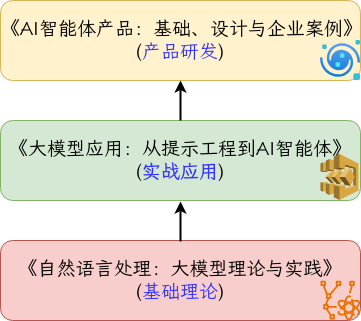
Before: static/images/book-diagram.png, a diagram exported from draw.io (swufe-agi/swufe-agi.github.io). Source tidied: cells renumbered, new cells last; positions are measured from the earlier drawing's top-left corner, leaving out a move shared by most shapes. The source it was exported from:
```xml
<mxGraphModel>
  <root>
    <mxCell id="0" />
    <mxCell id="1" parent="0" />
    <mxCell id="2" value="&lt;span class=&quot;nodeLabel&quot;&gt;&lt;font style=&quot;font-size: 19px;&quot; face=&quot;LXGW WenKai&quot;&gt;《自然语言处理：大模型理论与实践》&lt;br&gt;(&lt;font style=&quot;color: rgb(51, 51, 255);&quot;&gt;基础理论&lt;/font&gt;)&lt;/font&gt;&lt;/span&gt;" style="rounded=1;whiteSpace=wrap;html=1;fillColor=#f8cecc;strokeColor=#b85450;" parent="1" vertex="1">
      <mxGeometry y="240" width="360" height="80" as="geometry" />
    </mxCell>
    <mxCell id="3" value="&lt;span style=&quot;font-size: 19px;&quot;&gt;&lt;font face=&quot;LXGW WenKai&quot;&gt;《大模型应用：从提示工程到AI智能体》 (&lt;font style=&quot;color: rgb(51, 51, 255);&quot;&gt;&lt;b&gt;实战应用&lt;/b&gt;&lt;/font&gt;)&lt;/font&gt;&lt;/span&gt;" style="rounded=1;whiteSpace=wrap;html=1;fillColor=#d5e8d4;strokeColor=#82b366;" parent="1" vertex="1">
      <mxGeometry y="120" width="360" height="80" as="geometry" />
    </mxCell>
    <mxCell id="4" value="&lt;font face=&quot;LXGW WenKai&quot;&gt;&lt;span style=&quot;font-size: 19px;&quot;&gt;《AI智能体产品：基础、设计与企业案例》&lt;/span&gt;&lt;/font&gt;&lt;div&gt;&lt;font face=&quot;LXGW WenKai&quot;&gt;&lt;span style=&quot;font-size: 19px;&quot;&gt;(&lt;font style=&quot;color: rgb(51, 51, 255);&quot;&gt;产品研发&lt;/font&gt;)&lt;/span&gt;&lt;/font&gt;&lt;br&gt;&lt;/div&gt;" style="rounded=1;whiteSpace=wrap;html=1;fillColor=#fff2cc;strokeColor=#d6b656;" parent="1" vertex="1">
      <mxGeometry width="360" height="80" as="geometry" />
    </mxCell>
    <mxCell id="5" style="dashed=0;verticalLabelPosition=bottom;verticalAlign=top;align=center;html=1;shape=mxgraph.aws3.step_functions;fillColor=#D9A741;gradientColor=none;" parent="1" vertex="1">
      <mxGeometry x="320" y="153.4" width="38" height="46.2" as="geometry" />
    </mxCell>
    <mxCell id="6" style="sketch=0;fontColor=#232F3E;gradientColor=none;fillColor=#ED7100;strokeColor=none;dashed=0;verticalLabelPosition=bottom;verticalAlign=top;align=center;html=1;fontSize=12;fontStyle=0;shape=mxgraph.aws4.braket_tensor_network;" parent="1" vertex="1">
      <mxGeometry x="320" y="280" width="40" height="40" as="geometry" />
    </mxCell>
    <mxCell id="7" style="image;html=1;align=center;fontSize=12;image=img/lib/azure2/web/App_Space.svg;" parent="1" vertex="1">
      <mxGeometry x="320" y="40" width="40" height="40" as="geometry" />
    </mxCell>
    <mxCell id="8" style="endArrow=classic;html=1;rounded=0;entryX=0.5;entryY=1;entryDx=0;entryDy=0;exitX=0.5;exitY=0;exitDx=0;exitDy=0;strokeWidth=2;" parent="1" edge="1" source="3" target="4">
      <mxGeometry relative="1" as="geometry" />
    </mxCell>
    <mxCell id="9" style="endArrow=classic;html=1;rounded=0;entryX=0.5;entryY=1;entryDx=0;entryDy=0;exitX=0.5;exitY=0;exitDx=0;exitDy=0;strokeWidth=2;" parent="1" edge="1">
      <mxGeometry relative="1" as="geometry">
        <mxPoint x="180" y="241" as="sourcePoint" />
        <mxPoint x="180" y="201" as="targetPoint" />
      </mxGeometry>
    </mxCell>
  </root>
</mxGraphModel>
```
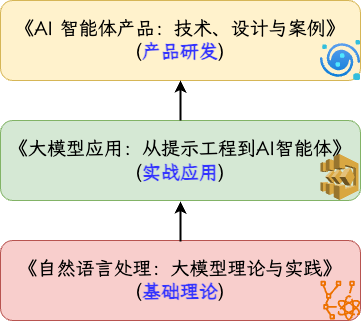
After the change.

Change to the diagram source:
```diff
@@ -2,13 +2,13 @@
   <root>
     <mxCell id="0" />
     <mxCell id="1" parent="0" />
-    <mxCell id="2" value="&lt;span class=&quot;nodeLabel&quot;&gt;&lt;font style=&quot;font-size: 19px;&quot; face=&quot;LXGW WenKai&quot;&gt;《自然语言处理：大模型理论与实践》&lt;br&gt;(&lt;font style=&quot;color: rgb(51, 51, 255);&quot;&gt;基础理论&lt;/font&gt;)&lt;/font&gt;&lt;/span&gt;" style="rounded=1;whiteSpace=wrap;html=1;fillColor=#f8cecc;strokeColor=#b85450;" parent="1" vertex="1">
+    <mxCell id="2" value="&lt;span class=&quot;nodeLabel&quot;&gt;&lt;font style=&quot;font-size: 19px;&quot; face=&quot;LXGW WenKai&quot;&gt;《自然语言处理：大模型理论与实践》&lt;br&gt;(&lt;font style=&quot;color: rgb(51, 51, 255);&quot;&gt;&lt;b&gt;基础理论&lt;/b&gt;&lt;/font&gt;)&lt;/font&gt;&lt;/span&gt;" style="rounded=1;whiteSpace=wrap;html=1;fillColor=#f8cecc;strokeColor=#b85450;" parent="1" vertex="1">
       <mxGeometry y="240" width="360" height="80" as="geometry" />
     </mxCell>
     <mxCell id="3" value="&lt;span style=&quot;font-size: 19px;&quot;&gt;&lt;font face=&quot;LXGW WenKai&quot;&gt;《大模型应用：从提示工程到AI智能体》 (&lt;font style=&quot;color: rgb(51, 51, 255);&quot;&gt;&lt;b&gt;实战应用&lt;/b&gt;&lt;/font&gt;)&lt;/font&gt;&lt;/span&gt;" style="rounded=1;whiteSpace=wrap;html=1;fillColor=#d5e8d4;strokeColor=#82b366;" parent="1" vertex="1">
       <mxGeometry y="120" width="360" height="80" as="geometry" />
     </mxCell>
-    <mxCell id="4" value="&lt;font face=&quot;LXGW WenKai&quot;&gt;&lt;span style=&quot;font-size: 19px;&quot;&gt;《AI智能体产品：基础、设计与企业案例》&lt;/span&gt;&lt;/font&gt;&lt;div&gt;&lt;font face=&quot;LXGW WenKai&quot;&gt;&lt;span style=&quot;font-size: 19px;&quot;&gt;(&lt;font style=&quot;color: rgb(51, 51, 255);&quot;&gt;产品研发&lt;/font&gt;)&lt;/span&gt;&lt;/font&gt;&lt;br&gt;&lt;/div&gt;" style="rounded=1;whiteSpace=wrap;html=1;fillColor=#fff2cc;strokeColor=#d6b656;" parent="1" vertex="1">
+    <mxCell id="4" value="&lt;font face=&quot;LXGW WenKai&quot;&gt;&lt;span style=&quot;font-size: 19px;&quot;&gt;《AI 智能体产品：技术、设计与案例》&lt;/span&gt;&lt;/font&gt;&lt;div&gt;&lt;font face=&quot;LXGW WenKai&quot;&gt;&lt;span style=&quot;font-size: 19px;&quot;&gt;(&lt;font style=&quot;color: rgb(51, 51, 255);&quot;&gt;&lt;b&gt;产品研发&lt;/b&gt;&lt;/font&gt;)&lt;/span&gt;&lt;/font&gt;&lt;br&gt;&lt;/div&gt;" style="rounded=1;whiteSpace=wrap;html=1;fillColor=#fff2cc;strokeColor=#d6b656;" parent="1" vertex="1">
       <mxGeometry width="360" height="80" as="geometry" />
     </mxCell>
     <mxCell id="5" style="dashed=0;verticalLabelPosition=bottom;verticalAlign=top;align=center;html=1;shape=mxgraph.aws3.step_functions;fillColor=#D9A741;gradientColor=none;" parent="1" vertex="1">
```
